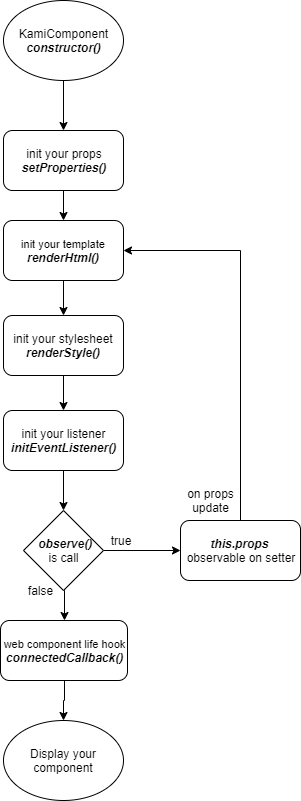
The draw.io diagram .github/lifecycle.png in Kamiapp-fr/kami-component, before a commit. Source tidied: cells renumbered, new cells last; positions are measured from the earlier drawing's top-left corner, leaving out a move shared by most shapes.
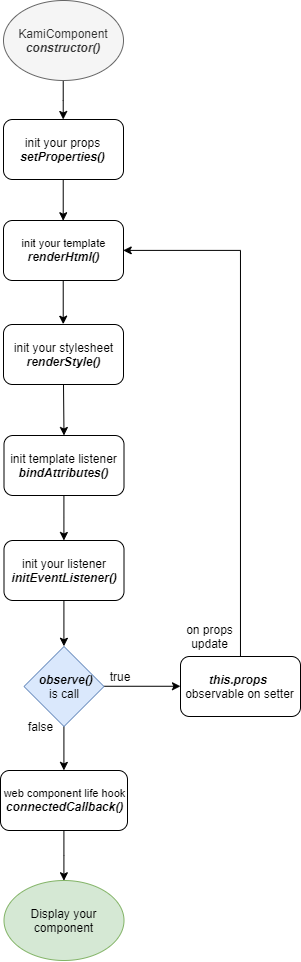
The same diagram one commit later.

Commit message:
:pencil: Add Template binding doc

Change to the diagram source:
```diff
@@ -5,14 +5,14 @@
     <mxCell id="2" style="edgeStyle=orthogonalEdgeStyle;rounded=0;jettySize=auto;html=1;exitX=0.5;exitY=1;exitDx=0;exitDy=0;" parent="1" edge="1" source="3" target="5">
       <mxGeometry relative="1" as="geometry" />
     </mxCell>
-    <mxCell id="3" value="KamiComponent&lt;br&gt;&lt;i&gt;&lt;b&gt;constructor()&lt;/b&gt;&lt;/i&gt;" style="ellipse;whiteSpace=wrap;html=1;" parent="1" vertex="1">
+    <mxCell id="3" value="KamiComponent&lt;br&gt;&lt;i&gt;&lt;b&gt;constructor()&lt;/b&gt;&lt;/i&gt;" style="ellipse;whiteSpace=wrap;html=1;fillColor=#f5f5f5;strokeColor=#666666;fontColor=#333333;" parent="1" vertex="1">
       <mxGeometry x="3" width="120" height="80" as="geometry" />
     </mxCell>
     <mxCell id="4" style="edgeStyle=orthogonalEdgeStyle;rounded=0;jettySize=auto;html=1;exitX=0.5;exitY=1;exitDx=0;exitDy=0;entryX=0.5;entryY=0;entryDx=0;entryDy=0;" parent="1" edge="1" source="5" target="7">
       <mxGeometry relative="1" as="geometry" />
     </mxCell>
     <mxCell id="5" value="init your props&lt;br&gt;&lt;b style=&quot;font-style: italic&quot;&gt;setProperties()&lt;/b&gt;" style="rounded=1;whiteSpace=wrap;html=1;" parent="1" vertex="1">
-      <mxGeometry x="3" y="130" width="120" height="60" as="geometry" />
+      <mxGeometry x="3" y="119" width="120" height="60" as="geometry" />
     </mxCell>
     <mxCell id="6" style="edgeStyle=orthogonalEdgeStyle;rounded=0;jettySize=auto;html=1;exitX=0.5;exitY=1;exitDx=0;exitDy=0;entryX=0.5;entryY=0;entryDx=0;entryDy=0;" parent="1" edge="1" source="7" target="9">
       <mxGeometry relative="1" as="geometry" />
@@ -20,17 +20,14 @@
     <mxCell id="7" value="&lt;font style=&quot;font-size: 11px&quot;&gt;init your template&lt;/font&gt;&lt;br&gt;&lt;b style=&quot;font-style: italic&quot;&gt;renderHtml()&lt;/b&gt;" style="rounded=1;whiteSpace=wrap;html=1;" parent="1" vertex="1">
       <mxGeometry x="3" y="220" width="120" height="60" as="geometry" />
     </mxCell>
-    <mxCell id="8" style="edgeStyle=orthogonalEdgeStyle;rounded=0;jettySize=auto;html=1;exitX=0.5;exitY=1;exitDx=0;exitDy=0;entryX=0.5;entryY=0;entryDx=0;entryDy=0;" parent="1" edge="1" source="9" target="11">
-      <mxGeometry relative="1" as="geometry" />
-    </mxCell>
     <mxCell id="9" value="init your stylesheet&lt;br&gt;&lt;i style=&quot;font-weight: bold&quot;&gt;renderStyle()&lt;/i&gt;" style="rounded=1;whiteSpace=wrap;html=1;" parent="1" vertex="1">
-      <mxGeometry x="3" y="315" width="120" height="60" as="geometry" />
+      <mxGeometry x="3" y="324" width="120" height="60" as="geometry" />
     </mxCell>
     <mxCell id="10" style="edgeStyle=orthogonalEdgeStyle;rounded=0;jettySize=auto;html=1;exitX=0.5;exitY=1;exitDx=0;exitDy=0;entryX=0.5;entryY=0;entryDx=0;entryDy=0;" parent="1" edge="1" source="11" target="14">
       <mxGeometry relative="1" as="geometry" />
     </mxCell>
     <mxCell id="11" value="init your listener&lt;br&gt;&lt;b style=&quot;font-style: italic&quot;&gt;initEventListener()&lt;/b&gt;" style="rounded=1;whiteSpace=wrap;html=1;" parent="1" vertex="1">
-      <mxGeometry x="3" y="410" width="120" height="60" as="geometry" />
+      <mxGeometry x="3.5" y="540" width="120" height="60" as="geometry" />
     </mxCell>
     <mxCell id="12" style="edgeStyle=orthogonalEdgeStyle;rounded=0;jettySize=auto;html=1;exitX=0.5;exitY=1;exitDx=0;exitDy=0;entryX=0.5;entryY=0;entryDx=0;entryDy=0;" parent="1" edge="1" source="14" target="16">
       <mxGeometry relative="1" as="geometry" />
@@ -38,32 +35,41 @@
     <mxCell id="13" style="edgeStyle=orthogonalEdgeStyle;rounded=0;jettySize=auto;html=1;exitX=1;exitY=0.5;exitDx=0;exitDy=0;entryX=0;entryY=0.5;entryDx=0;entryDy=0;" parent="1" edge="1" source="14" target="18">
       <mxGeometry relative="1" as="geometry" />
     </mxCell>
-    <mxCell id="14" value="&lt;b&gt;&lt;i&gt;&amp;nbsp;observe()&lt;br&gt;&lt;/i&gt;&lt;/b&gt;is call" style="rhombus;whiteSpace=wrap;html=1;" parent="1" vertex="1">
-      <mxGeometry x="23" y="510" width="80" height="80" as="geometry" />
+    <mxCell id="14" value="&lt;b&gt;&lt;i&gt;&amp;nbsp;observe()&lt;br&gt;&lt;/i&gt;&lt;/b&gt;is call" style="rhombus;whiteSpace=wrap;html=1;fillColor=#dae8fc;strokeColor=#6c8ebf;" parent="1" vertex="1">
+      <mxGeometry x="23.5" y="646" width="80" height="80" as="geometry" />
     </mxCell>
-    <mxCell id="15" style="edgeStyle=orthogonalEdgeStyle;rounded=0;jettySize=auto;html=1;exitX=0.5;exitY=1;exitDx=0;exitDy=0;entryX=0.5;entryY=0;entryDx=0;entryDy=0;" parent="1" edge="1" source="16" target="19">
+    <mxCell id="15" style="edgeStyle=orthogonalEdgeStyle;rounded=0;jettySize=auto;html=1;entryX=0.5;entryY=0;entryDx=0;entryDy=0;" parent="1" edge="1" source="16" target="19">
       <mxGeometry relative="1" as="geometry" />
     </mxCell>
     <mxCell id="16" value="&lt;font style=&quot;font-size: 11px&quot;&gt;web component life hook&lt;/font&gt;&lt;br&gt;&lt;i style=&quot;font-weight: bold&quot;&gt;connectedCallback()&lt;/i&gt;" style="rounded=1;whiteSpace=wrap;html=1;" parent="1" vertex="1">
-      <mxGeometry y="620" width="127" height="60" as="geometry" />
+      <mxGeometry y="770" width="127" height="60" as="geometry" />
     </mxCell>
     <mxCell id="17" style="edgeStyle=orthogonalEdgeStyle;rounded=0;jettySize=auto;html=1;exitX=0.5;exitY=0;exitDx=0;exitDy=0;entryX=1;entryY=0.5;entryDx=0;entryDy=0;" parent="1" edge="1" source="18" target="7">
       <mxGeometry relative="1" as="geometry" />
     </mxCell>
     <mxCell id="18" value="&lt;b&gt;&lt;i&gt;this.props &lt;br&gt;&lt;/i&gt;&lt;/b&gt;observable on setter" style="rounded=1;whiteSpace=wrap;html=1;" parent="1" vertex="1">
-      <mxGeometry x="180" y="520" width="120" height="60" as="geometry" />
+      <mxGeometry x="180" y="656" width="120" height="60" as="geometry" />
     </mxCell>
-    <mxCell id="19" value="Display your component" style="ellipse;whiteSpace=wrap;html=1;" parent="1" vertex="1">
-      <mxGeometry x="3" y="720" width="120" height="80" as="geometry" />
+    <mxCell id="19" value="Display your component" style="ellipse;whiteSpace=wrap;html=1;fillColor=#d5e8d4;strokeColor=#82b366;" parent="1" vertex="1">
+      <mxGeometry x="3.5" y="880" width="120" height="80" as="geometry" />
     </mxCell>
     <mxCell id="20" value="true" style="text;html=1;strokeColor=none;fillColor=none;align=center;verticalAlign=middle;whiteSpace=wrap;rounded=0;" parent="1" vertex="1">
-      <mxGeometry x="100" y="530" width="40" height="20" as="geometry" />
+      <mxGeometry x="100" y="666" width="40" height="20" as="geometry" />
     </mxCell>
     <mxCell id="21" value="false" style="text;html=1;strokeColor=none;fillColor=none;align=center;verticalAlign=middle;whiteSpace=wrap;rounded=0;" parent="1" vertex="1">
-      <mxGeometry x="20" y="580" width="40" height="20" as="geometry" />
+      <mxGeometry x="20" y="716" width="40" height="20" as="geometry" />
     </mxCell>
     <mxCell id="22" value="on props &lt;br&gt;update" style="text;html=1;strokeColor=none;fillColor=none;align=center;verticalAlign=middle;whiteSpace=wrap;rounded=0;" parent="1" vertex="1">
-      <mxGeometry x="150" y="490" width="120" height="20" as="geometry" />
+      <mxGeometry x="150" y="626" width="120" height="20" as="geometry" />
     </mxCell>
+    <mxCell id="23" style="edgeStyle=orthogonalEdgeStyle;rounded=0;jettySize=auto;html=1;exitX=0.5;exitY=1;exitDx=0;exitDy=0;" parent="1" edge="1" source="24" target="11">
+      <mxGeometry relative="1" as="geometry" />
+    </mxCell>
+    <mxCell id="24" value="init template listener&lt;br&gt;&lt;i style=&quot;font-weight: bold&quot;&gt;bindAttributes()&lt;/i&gt;" style="rounded=1;whiteSpace=wrap;html=1;" parent="1" vertex="1">
+      <mxGeometry x="3.5" y="435" width="120" height="60" as="geometry" />
+    </mxCell>
+    <mxCell id="25" style="endArrow=classic;html=1;exitX=0.5;exitY=1;exitDx=0;exitDy=0;entryX=0.5;entryY=0;entryDx=0;entryDy=0;" parent="1" edge="1" source="9" target="24">
+      <mxGeometry relative="1" as="geometry" />
+    </mxCell>
   </root>
 </mxGraphModel>
```
